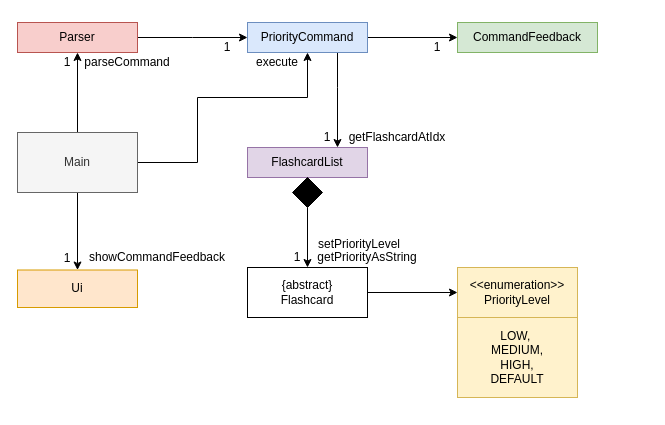
Above: docs/images/SetPriorityFeatureClassDiagram.drawio in sliu107/tp (draw.io), before the change. Source tidied: cells renumbered, new cells numbered last; positions are measured from the earlier drawing's top-left corner, leaving out a move shared by most shapes. Both pictures are drawn from the tidied source at 100%, with x=0, y=0 at pixel (17, 22).
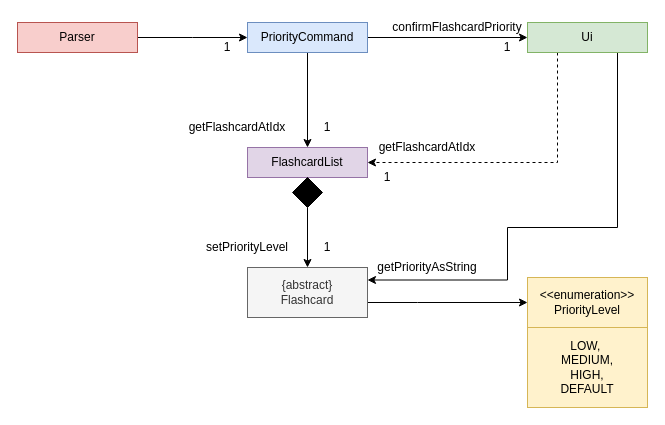
After the change.

Commit message (it also covers changes not shown here):
Add colour to Flashcard

The change refers to these unchanged cells:
```xml
<mxCell id="3" value="Parser" style="rounded=0;whiteSpace=wrap;html=1;fillColor=#f8cecc;strokeColor=#b85450;" parent="1" vertex="1">
  <mxGeometry width="120" height="30" as="geometry" />
</mxCell>
<mxCell id="6" value="PriorityCommand" style="rounded=0;whiteSpace=wrap;html=1;fillColor=#dae8fc;strokeColor=#6c8ebf;" parent="1" vertex="1">
  <mxGeometry x="230" width="120" height="30" as="geometry" />
</mxCell>
<mxCell id="9" value="FlashcardList" style="rounded=0;whiteSpace=wrap;html=1;fillColor=#e1d5e7;strokeColor=#9673a6;" parent="1" vertex="1">
  <mxGeometry x="230" y="125" width="120" height="30" as="geometry" />
</mxCell>
```

Change to the diagram source:
```diff
@@
     <mxCell id="5" style="edgeStyle=orthogonalEdgeStyle;rounded=0;jettySize=auto;html=1;" parent="1" edge="1" source="6" target="9">
-      <mxGeometry relative="1" as="geometry">
-        <Array as="points">
-          <mxPoint x="320" y="65" />
-          <mxPoint x="320" y="65" />
-        </Array>
-      </mxGeometry>
+      <mxGeometry relative="1" as="geometry" />
     </mxCell>
@@
+    <mxCell id="32" style="edgeStyle=orthogonalEdgeStyle;rounded=0;jettySize=auto;html=1;entryX=1;entryY=0.5;entryDx=0;entryDy=0;dashed=1;" parent="1" edge="1" source="7" target="9">
+      <mxGeometry relative="1" as="geometry">
+        <Array as="points">
+          <mxPoint x="540" y="140" />
+        </Array>
+      </mxGeometry>
+    </mxCell>
+    <mxCell id="33" style="edgeStyle=orthogonalEdgeStyle;rounded=0;jettySize=auto;html=1;entryX=1;entryY=0.25;entryDx=0;entryDy=0;" parent="1" edge="1" source="7" target="11">
+      <mxGeometry relative="1" as="geometry">
+        <Array as="points">
+          <mxPoint x="600" y="205" />
+          <mxPoint x="490" y="205" />
+          <mxPoint x="490" y="258" />
+        </Array>
+      </mxGeometry>
+    </mxCell>
-    <mxCell id="7" value="CommandFeedback" style="rounded=0;whiteSpace=wrap;html=1;fillColor=#d5e8d4;strokeColor=#82b366;" parent="1" vertex="1">
-      <mxGeometry x="440" width="140" height="30" as="geometry" />
+    <mxCell id="7" value="Ui" style="rounded=0;whiteSpace=wrap;html=1;fillColor=#d5e8d4;strokeColor=#82b366;" parent="1" vertex="1">
+      <mxGeometry x="510" width="120" height="30" as="geometry" />
     </mxCell>
@@
-    <mxCell id="10" style="edgeStyle=orthogonalEdgeStyle;rounded=0;jettySize=auto;html=1;" parent="1" edge="1" source="11" target="13">
-      <mxGeometry relative="1" as="geometry" />
+    <mxCell id="10" style="edgeStyle=orthogonalEdgeStyle;rounded=0;jettySize=auto;html=1;entryX=0;entryY=0.5;entryDx=0;entryDy=0;" parent="1" edge="1" source="11" target="13">
+      <mxGeometry relative="1" as="geometry">
+        <Array as="points">
+          <mxPoint x="400" y="280" />
+          <mxPoint x="400" y="280" />
+        </Array>
+      </mxGeometry>
     </mxCell>
-    <mxCell id="11" value="{abstract}&lt;br&gt;Flashcard" style="rounded=0;whiteSpace=wrap;html=1;" parent="1" vertex="1">
+    <mxCell id="11" value="{abstract}&lt;br&gt;Flashcard" style="rounded=0;whiteSpace=wrap;html=1;fillColor=#f5f5f5;strokeColor=#666666;fontColor=#333333;" parent="1" vertex="1">
       <mxGeometry x="230" y="245" width="120" height="50" as="geometry" />
     </mxCell>
@@
     <mxCell id="13" value="&amp;lt;&amp;lt;enumeration&amp;gt;&amp;gt;&lt;br&gt;PriorityLevel" style="rounded=0;whiteSpace=wrap;html=1;fillColor=#fff2cc;strokeColor=#d6b656;" parent="1" vertex="1">
-      <mxGeometry x="440" y="245" width="120" height="50" as="geometry" />
+      <mxGeometry x="510" y="255" width="120" height="50" as="geometry" />
     </mxCell>
     <mxCell id="14" value="LOW,&amp;nbsp;&lt;br&gt;MEDIUM,&lt;br&gt;HIGH,&lt;br&gt;DEFAULT" style="rounded=0;whiteSpace=wrap;html=1;fillColor=#fff2cc;strokeColor=#d6b656;" parent="1" vertex="1">
-      <mxGeometry x="440" y="295" width="120" height="80" as="geometry" />
+      <mxGeometry x="510" y="305" width="120" height="80" as="geometry" />
     </mxCell>
     <mxCell id="15" value="getFlashcardAtIdx" style="text;html=1;strokeColor=none;fillColor=none;align=center;verticalAlign=middle;whiteSpace=wrap;rounded=0;" parent="1" vertex="1">
-      <mxGeometry x="320" y="105" width="120" height="20" as="geometry" />
+      <mxGeometry x="160" y="95" width="120" height="20" as="geometry" />
     </mxCell>
     <mxCell id="16" value="1" style="text;html=1;strokeColor=none;fillColor=none;align=center;verticalAlign=middle;whiteSpace=wrap;rounded=0;" parent="1" vertex="1">
-      <mxGeometry x="260" y="225" width="40" height="20" as="geometry" />
+      <mxGeometry x="290" y="215" width="40" height="20" as="geometry" />
     </mxCell>
     <mxCell id="17" value="setPriorityLevel" style="text;html=1;strokeColor=none;fillColor=none;align=center;verticalAlign=middle;whiteSpace=wrap;rounded=0;" parent="1" vertex="1">
-      <mxGeometry x="282" y="212" width="120" height="20" as="geometry" />
+      <mxGeometry x="170" y="215" width="120" height="20" as="geometry" />
     </mxCell>
     <mxCell id="18" value="1" style="text;html=1;strokeColor=none;fillColor=none;align=center;verticalAlign=middle;whiteSpace=wrap;rounded=0;" parent="1" vertex="1">
-      <mxGeometry x="290" y="105" width="40" height="20" as="geometry" />
+      <mxGeometry x="290" y="95" width="40" height="20" as="geometry" />
     </mxCell>
+    <mxCell id="34" value="confirmFlashcardPriority" style="text;html=1;strokeColor=none;fillColor=none;align=center;verticalAlign=middle;whiteSpace=wrap;rounded=0;" parent="1" vertex="1">
+      <mxGeometry x="370" y="-5" width="140" height="20" as="geometry" />
+    </mxCell>
+    <mxCell id="35" value="getFlashcardAtIdx" style="text;html=1;strokeColor=none;fillColor=none;align=center;verticalAlign=middle;whiteSpace=wrap;rounded=0;" parent="1" vertex="1">
+      <mxGeometry x="350" y="115" width="120" height="20" as="geometry" />
+    </mxCell>
+    <mxCell id="36" value="1" style="text;html=1;strokeColor=none;fillColor=none;align=center;verticalAlign=middle;whiteSpace=wrap;rounded=0;" parent="1" vertex="1">
+      <mxGeometry x="350" y="145" width="40" height="20" as="geometry" />
+    </mxCell>
     <mxCell id="19" value="1" style="text;html=1;strokeColor=none;fillColor=none;align=center;verticalAlign=middle;whiteSpace=wrap;rounded=0;" parent="1" vertex="1">
-      <mxGeometry x="400" y="15" width="40" height="20" as="geometry" />
+      <mxGeometry x="470" y="15" width="40" height="20" as="geometry" />
     </mxCell>
     <mxCell id="20" value="getPriorityAsString" style="text;html=1;strokeColor=none;fillColor=none;align=center;verticalAlign=middle;whiteSpace=wrap;rounded=0;" parent="1" vertex="1">
-      <mxGeometry x="290" y="225" width="120" height="20" as="geometry" />
+      <mxGeometry x="350" y="235" width="120" height="20" as="geometry" />
     </mxCell>
@@
-    <mxCell id="22" style="edgeStyle=orthogonalEdgeStyle;rounded=0;jettySize=auto;html=1;entryX=0.5;entryY=1;entryDx=0;entryDy=0;" parent="1" edge="1" source="25" target="3">
-      <mxGeometry relative="1" as="geometry" />
-    </mxCell>
-    <mxCell id="23" style="edgeStyle=orthogonalEdgeStyle;rounded=0;jettySize=auto;html=1;" parent="1" edge="1" source="25" target="6">
-      <mxGeometry relative="1" as="geometry">
-        <Array as="points">
-          <mxPoint x="180" y="140" />
-          <mxPoint x="180" y="75" />
-          <mxPoint x="290" y="75" />
-        </Array>
-      </mxGeometry>
-    </mxCell>
-    <mxCell id="24" style="edgeStyle=orthogonalEdgeStyle;rounded=0;jettySize=auto;html=1;entryX=0.5;entryY=0;entryDx=0;entryDy=0;" parent="1" edge="1" source="25" target="29">
-      <mxGeometry relative="1" as="geometry" />
-    </mxCell>
-    <mxCell id="25" value="Main" style="rounded=0;whiteSpace=wrap;html=1;fillColor=#f5f5f5;strokeColor=#666666;fontColor=#333333;" parent="1" vertex="1">
-      <mxGeometry y="110" width="120" height="60" as="geometry" />
-    </mxCell>
-    <mxCell id="26" value="parseCommand" style="text;html=1;strokeColor=none;fillColor=none;align=center;verticalAlign=middle;whiteSpace=wrap;rounded=0;" parent="1" vertex="1">
-      <mxGeometry x="50" y="30" width="120" height="20" as="geometry" />
-    </mxCell>
-    <mxCell id="27" value="1" style="text;html=1;strokeColor=none;fillColor=none;align=center;verticalAlign=middle;whiteSpace=wrap;rounded=0;" parent="1" vertex="1">
-      <mxGeometry x="30" y="30" width="40" height="20" as="geometry" />
-    </mxCell>
-    <mxCell id="28" value="execute" style="text;html=1;strokeColor=none;fillColor=none;align=center;verticalAlign=middle;whiteSpace=wrap;rounded=0;" parent="1" vertex="1">
-      <mxGeometry x="200" y="30" width="120" height="20" as="geometry" />
-    </mxCell>
-    <mxCell id="29" value="Ui" style="rounded=0;whiteSpace=wrap;html=1;fillColor=#ffe6cc;strokeColor=#d79b00;" parent="1" vertex="1">
-      <mxGeometry y="247.5" width="120" height="37.5" as="geometry" />
-    </mxCell>
-    <mxCell id="30" value="showCommandFeedback" style="text;html=1;strokeColor=none;fillColor=none;align=center;verticalAlign=middle;whiteSpace=wrap;rounded=0;" parent="1" vertex="1">
-      <mxGeometry x="80" y="225" width="120" height="20" as="geometry" />
-    </mxCell>
-    <mxCell id="31" value="1" style="text;html=1;strokeColor=none;fillColor=none;align=center;verticalAlign=middle;whiteSpace=wrap;rounded=0;" parent="1" vertex="1">
-      <mxGeometry x="30" y="225.5" width="40" height="20" as="geometry" />
-    </mxCell>
```
